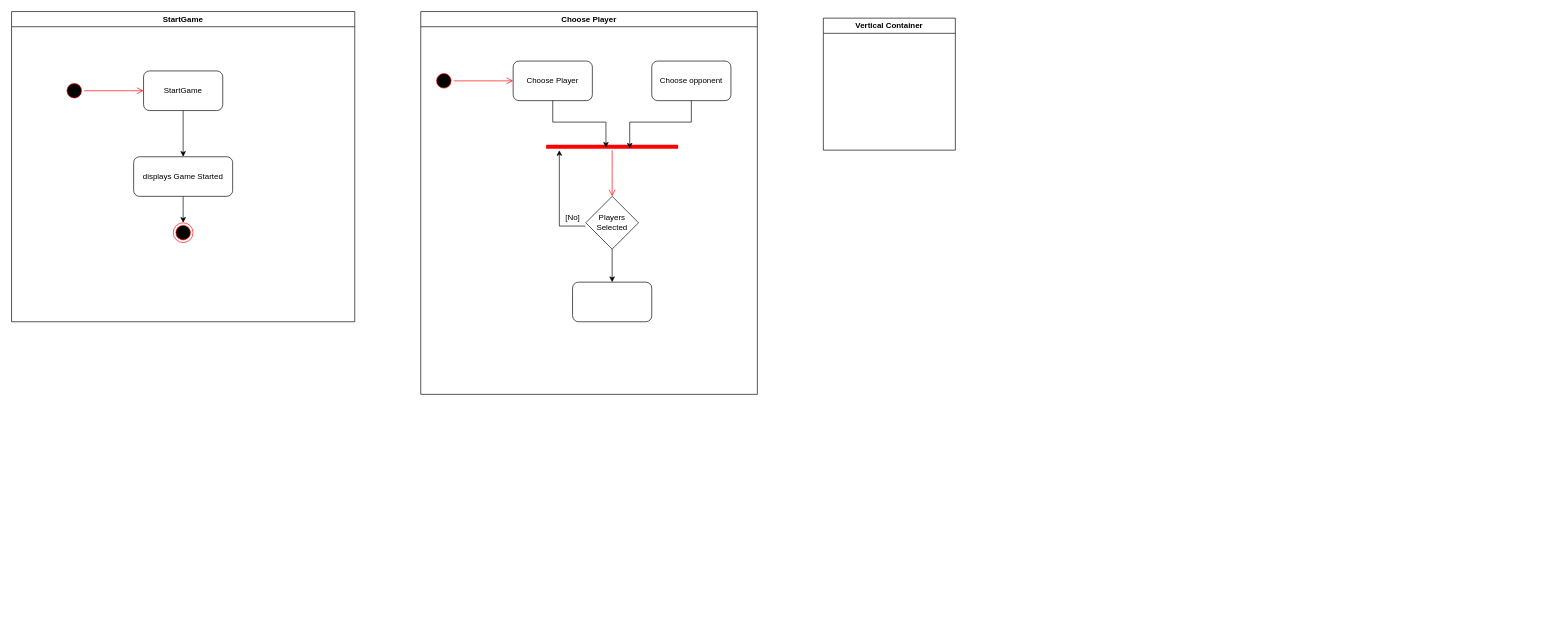
The draw.io diagram page "Page-3" (3 of 3) of GameActivity.drawio in LeloKarma/website, before the edit. Source tidied: cells renumbered, new cells numbered last; positions are measured from the earlier drawing's top-left corner, leaving out a move shared by most shapes. Both pictures are drawn from the tidied source at 66%, with x=0, y=0 at pixel (11, 11).
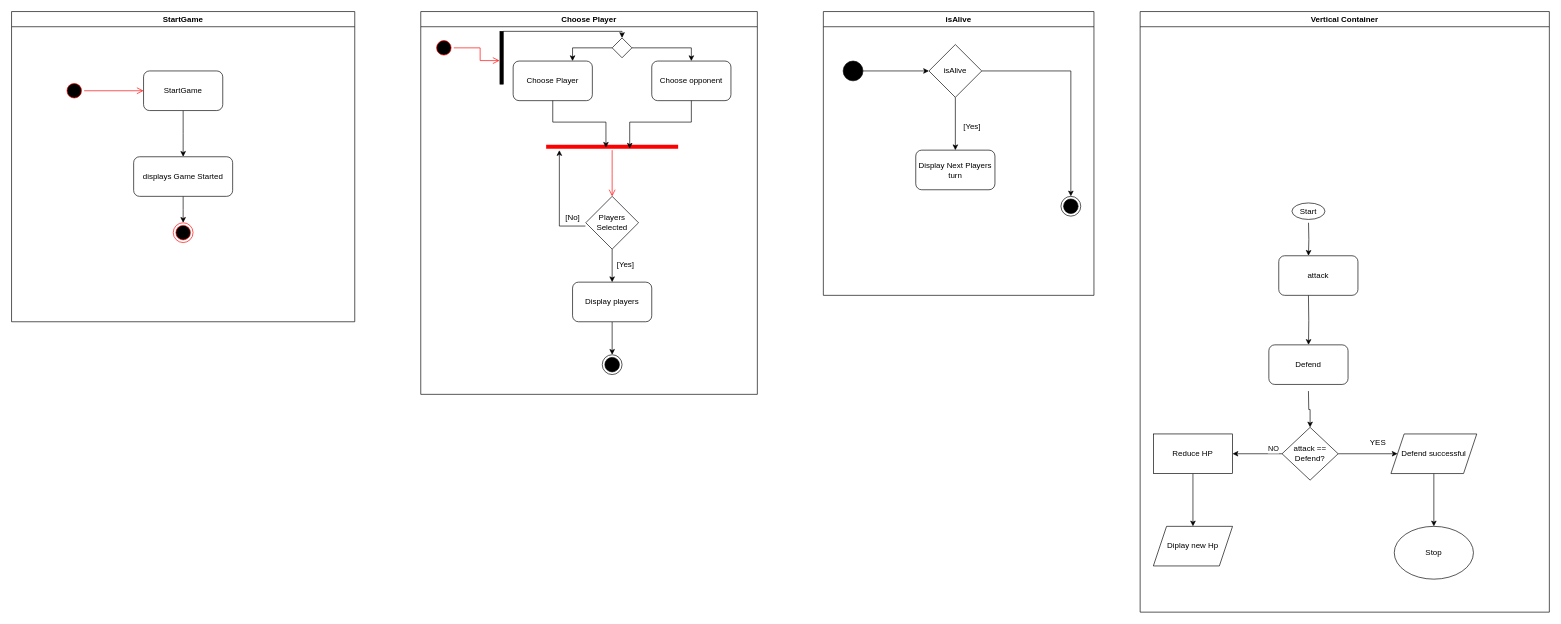
The same diagram, later.

The change refers to these unchanged cells:
```xml
<mxCell id="11" value="Choose Player" style="swimlane;whiteSpace=wrap;html=1;" parent="1" vertex="1">
  <mxGeometry x="620" width="510" height="580" as="geometry" />
</mxCell>
<mxCell id="14" value="Choose Player" style="rounded=1;whiteSpace=wrap;html=1;" parent="11" vertex="1">
  <mxGeometry x="140" y="75" width="120" height="60" as="geometry" />
</mxCell>
<mxCell id="18" value="Choose opponent" style="rounded=1;whiteSpace=wrap;html=1;" parent="11" vertex="1">
  <mxGeometry x="350" y="75" width="120" height="60" as="geometry" />
</mxCell>
```

The edit, as a diff of the source:
```diff
@@
-    <mxCell id="10" value="Vertical Container" style="swimlane;whiteSpace=wrap;html=1;" parent="1" vertex="1">
-      <mxGeometry x="1230" y="10" width="200" height="200" as="geometry" />
+    <mxCell id="10" value="isAlive" style="swimlane;whiteSpace=wrap;html=1;" parent="1" vertex="1">
+      <mxGeometry x="1230" width="410" height="430" as="geometry" />
     </mxCell>
+    <mxCell id="25" style="edgeStyle=orthogonalEdgeStyle;rounded=0;jettySize=auto;html=1;entryX=0;entryY=0.5;entryDx=0;entryDy=0;" parent="10" edge="1" source="26" target="30">
+      <mxGeometry relative="1" as="geometry" />
+    </mxCell>
+    <mxCell id="26" style="ellipse;fillColor=strokeColor;html=1;" parent="10" vertex="1">
+      <mxGeometry x="30" y="75" width="30" height="30" as="geometry" />
+    </mxCell>
+    <mxCell id="27" value="Display Next Players turn" style="rounded=1;whiteSpace=wrap;html=1;" parent="10" vertex="1">
+      <mxGeometry x="140" y="210" width="120" height="60" as="geometry" />
+    </mxCell>
+    <mxCell id="28" style="edgeStyle=orthogonalEdgeStyle;rounded=0;jettySize=auto;html=1;entryX=0.5;entryY=0;entryDx=0;entryDy=0;" parent="10" edge="1" source="30" target="27">
+      <mxGeometry relative="1" as="geometry" />
+    </mxCell>
+    <mxCell id="29" style="edgeStyle=orthogonalEdgeStyle;rounded=0;jettySize=auto;html=1;entryX=0.5;entryY=0;entryDx=0;entryDy=0;" parent="10" edge="1" source="30" target="32">
+      <mxGeometry relative="1" as="geometry" />
+    </mxCell>
+    <mxCell id="30" value="isAlive" style="rhombus;whiteSpace=wrap;html=1;" parent="10" vertex="1">
+      <mxGeometry x="160" y="50" width="80" height="80" as="geometry" />
+    </mxCell>
+    <mxCell id="31" value="[Yes]" style="text;html=1;align=center;verticalAlign=middle;strokeColor=none;fillColor=none;" parent="10" vertex="1">
+      <mxGeometry x="200" y="160" width="50" height="30" as="geometry" />
+    </mxCell>
+    <mxCell id="32" style="ellipse;html=1;shape=endState;fillColor=strokeColor;" parent="10" vertex="1">
+      <mxGeometry x="360" y="280" width="30" height="30" as="geometry" />
+    </mxCell>
@@
     <mxCell id="12" style="ellipse;html=1;shape=startState;fillColor=#000000;strokeColor=#ff0000;" parent="11" vertex="1">
-      <mxGeometry x="20" y="90" width="30" height="30" as="geometry" />
+      <mxGeometry x="20" y="40" width="30" height="30" as="geometry" />
     </mxCell>
-    <mxCell id="13" style="edgeStyle=orthogonalEdgeStyle;html=1;verticalAlign=bottom;endArrow=open;endSize=8;strokeColor=#ff0000;rounded=0;" parent="11" edge="1" source="12" target="14">
-      <mxGeometry relative="1" as="geometry" />
+    <mxCell id="13" style="edgeStyle=orthogonalEdgeStyle;html=1;verticalAlign=bottom;endArrow=open;endSize=8;strokeColor=#ff0000;rounded=0;entryX=-0.133;entryY=0.554;entryDx=0;entryDy=0;entryPerimeter=0;" parent="11" edge="1" source="12" target="39">
+      <mxGeometry relative="1" as="geometry">
+        <Array as="points">
+          <mxPoint x="90" y="55" />
+          <mxPoint x="90" y="74" />
+        </Array>
+      </mxGeometry>
     </mxCell>
@@
+    <mxCell id="33" style="edgeStyle=orthogonalEdgeStyle;rounded=0;jettySize=auto;html=1;" parent="11" edge="1" source="23" target="34">
+      <mxGeometry relative="1" as="geometry" />
+    </mxCell>
-    <mxCell id="23" style="rounded=1;whiteSpace=wrap;html=1;" parent="11" vertex="1">
+    <mxCell id="23" value="Display players" style="rounded=1;whiteSpace=wrap;html=1;" parent="11" vertex="1">
       <mxGeometry x="230" y="410" width="120" height="60" as="geometry" />
     </mxCell>
+    <mxCell id="34" style="ellipse;html=1;shape=endState;fillColor=strokeColor;" parent="11" vertex="1">
+      <mxGeometry x="275" y="520" width="30" height="30" as="geometry" />
+    </mxCell>
+    <mxCell id="35" style="edgeStyle=orthogonalEdgeStyle;rounded=0;jettySize=auto;html=1;entryX=0.75;entryY=0;entryDx=0;entryDy=0;" parent="11" edge="1" source="37" target="14">
+      <mxGeometry relative="1" as="geometry" />
+    </mxCell>
+    <mxCell id="36" style="edgeStyle=orthogonalEdgeStyle;rounded=0;jettySize=auto;html=1;entryX=0.5;entryY=0;entryDx=0;entryDy=0;" parent="11" edge="1" source="37" target="18">
+      <mxGeometry relative="1" as="geometry" />
+    </mxCell>
+    <mxCell id="37" style="rhombus;" parent="11" vertex="1">
+      <mxGeometry x="290" y="40" width="30" height="30" as="geometry" />
+    </mxCell>
+    <mxCell id="38" style="edgeStyle=orthogonalEdgeStyle;rounded=0;jettySize=auto;html=1;entryX=0.5;entryY=0;entryDx=0;entryDy=0;" parent="11" edge="1" source="39" target="37">
+      <mxGeometry relative="1" as="geometry">
+        <Array as="points">
+          <mxPoint x="305" y="30" />
+        </Array>
+      </mxGeometry>
+    </mxCell>
+    <mxCell id="39" style="html=1;points=[];perimeter=orthogonalPerimeter;fillColor=strokeColor;" parent="11" vertex="1">
+      <mxGeometry x="120" y="30" width="5" height="80" as="geometry" />
+    </mxCell>
@@
+    <mxCell id="40" value="[Yes]" style="text;html=1;align=center;verticalAlign=middle;strokeColor=none;fillColor=none;" parent="1" vertex="1">
+      <mxGeometry x="905" y="368" width="50" height="30" as="geometry" />
+    </mxCell>
+    <mxCell id="41" value="Vertical Container" style="swimlane;whiteSpace=wrap;html=1;" parent="1" vertex="1">
+      <mxGeometry x="1710" width="620" height="910" as="geometry" />
+    </mxCell>
+    <mxCell id="42" value="Start" style="ellipse;html=1;whiteSpace=wrap;" parent="41" vertex="1">
+      <mxGeometry x="230" y="290" width="50" height="25" as="geometry" />
+    </mxCell>
+    <mxCell id="43" style="edgeStyle=orthogonalEdgeStyle;rounded=0;orthogonalLoop=1;jettySize=auto;html=1;entryX=0.5;entryY=0;entryDx=0;entryDy=0;" parent="41" edge="1">
+      <mxGeometry relative="1" as="geometry">
+        <mxPoint x="255.1" y="320" as="sourcePoint" />
+        <mxPoint x="255" y="370" as="targetPoint" />
+      </mxGeometry>
+    </mxCell>
+    <mxCell id="44" style="edgeStyle=orthogonalEdgeStyle;rounded=0;orthogonalLoop=1;jettySize=auto;html=1;" parent="41" edge="1">
+      <mxGeometry relative="1" as="geometry">
+        <mxPoint x="255" y="430" as="sourcePoint" />
+        <mxPoint x="255.1" y="505" as="targetPoint" />
+      </mxGeometry>
+    </mxCell>
+    <mxCell id="45" style="edgeStyle=orthogonalEdgeStyle;rounded=0;jettySize=auto;html=1;entryX=0.5;entryY=0;entryDx=0;entryDy=0;" parent="41" edge="1" target="49">
+      <mxGeometry relative="1" as="geometry">
+        <mxPoint x="255" y="575" as="sourcePoint" />
+      </mxGeometry>
+    </mxCell>
+    <mxCell id="46" style="edgeStyle=orthogonalEdgeStyle;rounded=0;jettySize=auto;html=1;entryX=1;entryY=0.5;entryDx=0;entryDy=0;" parent="41" edge="1" source="49" target="51">
+      <mxGeometry relative="1" as="geometry" />
+    </mxCell>
+    <mxCell id="47" value="NO" style="edgeLabel;html=1;align=center;verticalAlign=middle;" parent="46" vertex="1">
+      <mxGeometry x="-0.64" y="-8" relative="1" as="geometry" />
+    </mxCell>
+    <mxCell id="48" style="edgeStyle=orthogonalEdgeStyle;rounded=0;jettySize=auto;html=1;entryX=0;entryY=0.5;entryDx=0;entryDy=0;" parent="41" edge="1" source="49" target="53">
+      <mxGeometry relative="1" as="geometry" />
+    </mxCell>
+    <mxCell id="49" value="attack == Defend?" style="rhombus;whiteSpace=wrap;html=1;" parent="41" vertex="1">
+      <mxGeometry x="215" y="630" width="85" height="80" as="geometry" />
+    </mxCell>
+    <mxCell id="50" style="edgeStyle=orthogonalEdgeStyle;rounded=0;jettySize=auto;html=1;entryX=0.5;entryY=0;entryDx=0;entryDy=0;" parent="41" edge="1" source="51" target="55">
+      <mxGeometry relative="1" as="geometry" />
+    </mxCell>
+    <mxCell id="51" value="Reduce HP" style="rounded=0;whiteSpace=wrap;html=1;" parent="41" vertex="1">
+      <mxGeometry x="20" y="640" width="120" height="60" as="geometry" />
+    </mxCell>
+    <mxCell id="52" style="edgeStyle=orthogonalEdgeStyle;rounded=0;jettySize=auto;html=1;" parent="41" edge="1" source="53" target="54">
+      <mxGeometry relative="1" as="geometry" />
+    </mxCell>
+    <mxCell id="53" value="Defend successful" style="shape=parallelogram;perimeter=parallelogramPerimeter;whiteSpace=wrap;html=1;fixedSize=1;" parent="41" vertex="1">
+      <mxGeometry x="380" y="640" width="130" height="60" as="geometry" />
+    </mxCell>
+    <mxCell id="54" value="Stop" style="ellipse;whiteSpace=wrap;html=1;" parent="41" vertex="1">
+      <mxGeometry x="385" y="780" width="120" height="80" as="geometry" />
+    </mxCell>
+    <mxCell id="55" value="Diplay new Hp" style="shape=parallelogram;perimeter=parallelogramPerimeter;whiteSpace=wrap;html=1;fixedSize=1;" parent="41" vertex="1">
+      <mxGeometry x="20" y="780" width="120" height="60" as="geometry" />
+    </mxCell>
+    <mxCell id="56" value="attack" style="rounded=1;whiteSpace=wrap;html=1;" parent="41" vertex="1">
+      <mxGeometry x="210" y="370" width="120" height="60" as="geometry" />
+    </mxCell>
+    <mxCell id="57" value="Defend" style="rounded=1;whiteSpace=wrap;html=1;" parent="41" vertex="1">
+      <mxGeometry x="195" y="505" width="120" height="60" as="geometry" />
+    </mxCell>
+    <mxCell id="58" value="YES" style="text;html=1;align=center;verticalAlign=middle;strokeColor=none;fillColor=none;" parent="1" vertex="1">
+      <mxGeometry x="2045" y="638" width="50" height="30" as="geometry" />
+    </mxCell>
```
